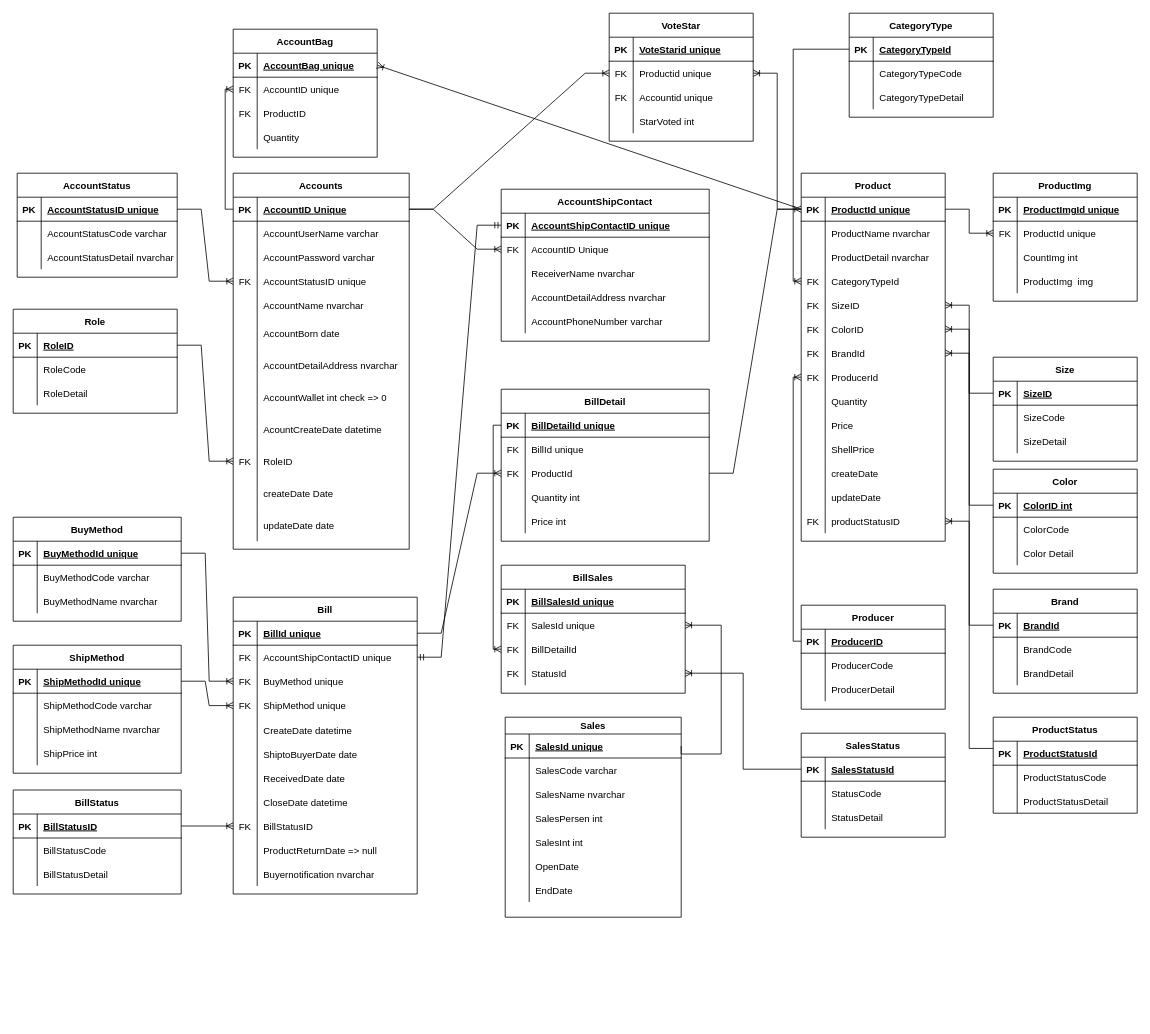
This is Không có tiêu đề.drawio from dj-xuyenchi/clothes-shop, a draw.io file, before an edit. Source tidied: cells renumbered, new cells numbered last; positions are measured from the earlier drawing's top-left corner, leaving out a move shared by most shapes. Both pictures are drawn from the tidied source at 80%, with x=0, y=0 at pixel (13, 13).
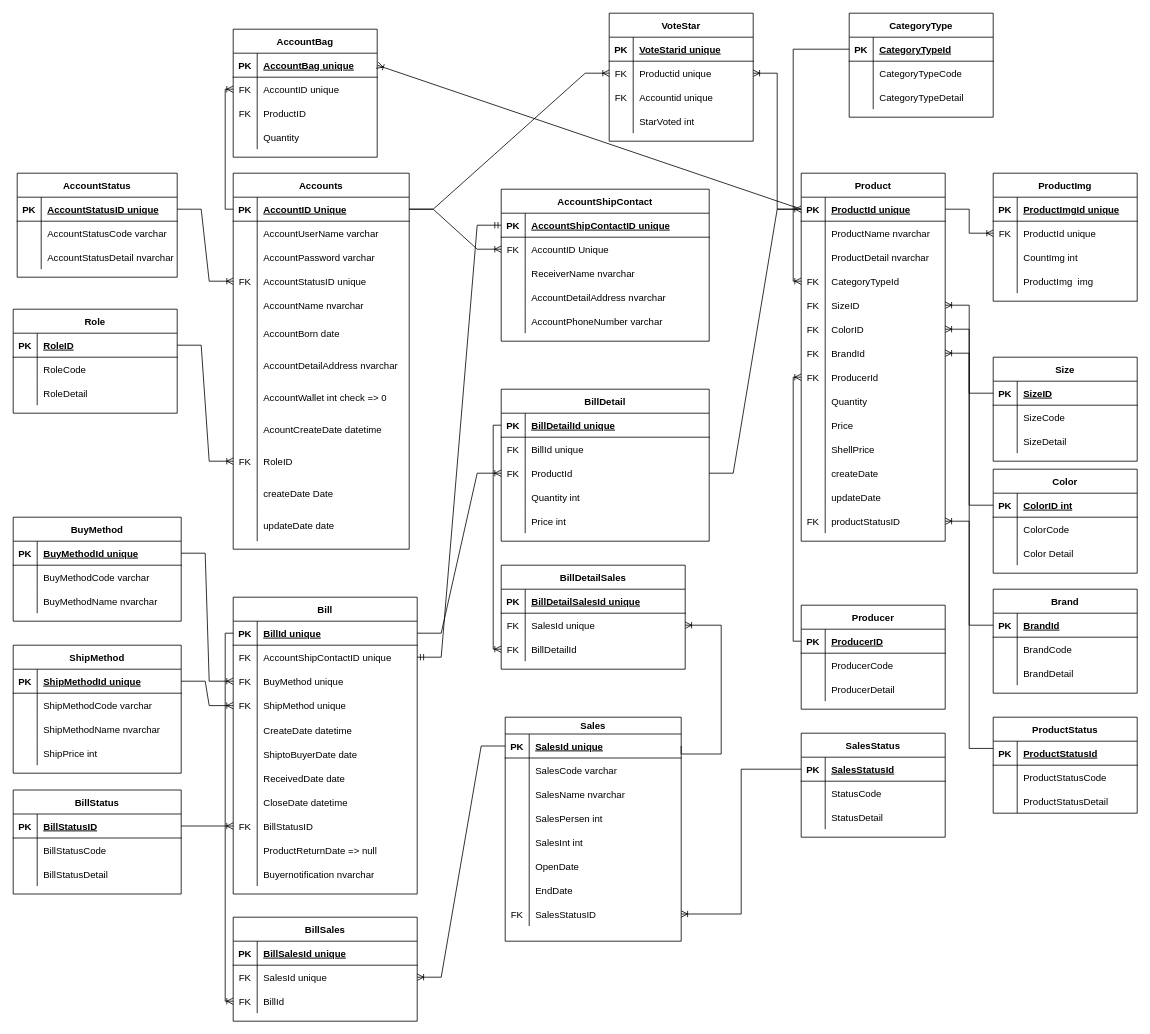
The same diagram, later.

The change refers to these unchanged cells:
```xml
<mxCell id="109" style="shape=tableRow;horizontal=0;startSize=0;swimlaneHead=0;swimlaneBody=0;fillColor=none;points=[[0,0.5],[1,0.5]];portConstraint=eastwest;top=0;left=0;right=0;bottom=1;" parent="108" vertex="1">
  <mxGeometry y="30" width="230" height="30" as="geometry" />
</mxCell>
<mxCell id="193" style="shape=tableRow;horizontal=0;startSize=0;swimlaneHead=0;swimlaneBody=0;fillColor=none;points=[[0,0.5],[1,0.5]];portConstraint=eastwest;top=0;left=0;right=0;bottom=1;" parent="192" vertex="1">
  <mxGeometry y="21" width="220" height="30" as="geometry" />
</mxCell>
<mxCell id="243" style="shape=tableRow;horizontal=0;startSize=0;swimlaneHead=0;swimlaneBody=0;fillColor=none;top=0;left=0;right=0;bottom=1;" parent="242" vertex="1">
  <mxGeometry y="30" width="230" height="30" as="geometry" />
</mxCell>
<mxCell id="328" style="shape=tableRow;horizontal=0;startSize=0;swimlaneHead=0;swimlaneBody=0;fillColor=none;points=[[0,0.5],[1,0.5]];portConstraint=eastwest;top=0;left=0;right=0;bottom=1;" parent="327" vertex="1">
  <mxGeometry y="30" width="180" height="30" as="geometry" />
</mxCell>
```

Change to the diagram source:
```diff
@@
     <mxCell id="192" value="Sales" style="shape=table;startSize=21;childLayout=tableLayout;rowLines=0;fontStyle=1;align=center;" parent="1" vertex="1">
-      <mxGeometry x="615" y="880" width="220" height="250" as="geometry" />
+      <mxGeometry x="615" y="880" width="220" height="280" as="geometry" />
     </mxCell>
@@
+    <mxCell id="368" style="shape=tableRow;horizontal=0;startSize=0;swimlaneHead=0;swimlaneBody=0;fillColor=none;points=[[0,0.5],[1,0.5]];portConstraint=eastwest;top=0;left=0;right=0;bottom=0;" parent="192" vertex="1">
+      <mxGeometry y="231" width="220" height="30" as="geometry" />
+    </mxCell>
+    <mxCell id="369" value="FK" style="shape=partialRectangle;fillColor=none;top=0;left=0;bottom=0;right=0;overflow=hidden;" parent="368" vertex="1">
+      <mxGeometry width="30" height="30" as="geometry" />
+    </mxCell>
+    <mxCell id="370" value="SalesStatusID" style="shape=partialRectangle;fillColor=none;top=0;left=0;bottom=0;right=0;align=left;spacingLeft=6;overflow=hidden;" parent="368" vertex="1">
+      <mxGeometry x="30" width="190" height="30" as="geometry" />
+    </mxCell>
@@
-    <mxCell id="242" value="BillSales" style="shape=table;startSize=30;childLayout=tableLayout;rowLines=0;fontStyle=1;align=center;" parent="1" vertex="1">
-      <mxGeometry x="610" y="690" width="230" height="160" as="geometry" />
+    <mxCell id="242" value="BillDetailSales" style="shape=table;startSize=30;childLayout=tableLayout;rowLines=0;fontStyle=1;align=center;" parent="1" vertex="1">
+      <mxGeometry x="610" y="690" width="230" height="130" as="geometry" />
     </mxCell>
@@
-    <mxCell id="245" value="BillSalesId unique" style="shape=partialRectangle;fillColor=none;top=0;left=0;bottom=0;right=0;align=left;spacingLeft=6;fontStyle=5;overflow=hidden;" parent="243" vertex="1">
+    <mxCell id="245" value="BillDetailSalesId unique" style="shape=partialRectangle;fillColor=none;top=0;left=0;bottom=0;right=0;align=left;spacingLeft=6;fontStyle=5;overflow=hidden;" parent="243" vertex="1">
       <mxGeometry x="30" width="200" height="30" as="geometry" />
     </mxCell>
@@
-    <mxCell id="252" style="shape=tableRow;horizontal=0;startSize=0;swimlaneHead=0;swimlaneBody=0;fillColor=none;points=[[0,0.5],[1,0.5]];portConstraint=eastwest;top=0;left=0;right=0;bottom=0;" parent="242" vertex="1">
-      <mxGeometry y="120" width="230" height="30" as="geometry" />
-    </mxCell>
-    <mxCell id="253" value="FK" style="shape=partialRectangle;fillColor=none;top=0;left=0;bottom=0;right=0;overflow=hidden;" parent="252" vertex="1">
-      <mxGeometry width="30" height="30" as="geometry" />
-    </mxCell>
-    <mxCell id="254" value="StatusId" style="shape=partialRectangle;fillColor=none;top=0;left=0;bottom=0;right=0;align=left;spacingLeft=6;overflow=hidden;" parent="252" vertex="1">
-      <mxGeometry x="30" width="200" height="30" as="geometry" />
-    </mxCell>
@@
-    <mxCell id="337" style="edgeStyle=orthogonalEdgeStyle;fontSize=12;html=1;endArrow=ERoneToMany;rounded=0;exitX=0;exitY=0.5;exitDx=0;exitDy=0;entryX=1;entryY=0.5;entryDx=0;entryDy=0;" parent="1" edge="1" source="328" target="252">
+    <mxCell id="337" style="edgeStyle=orthogonalEdgeStyle;fontSize=12;html=1;endArrow=ERoneToMany;rounded=0;exitX=0;exitY=0.5;exitDx=0;exitDy=0;entryX=1;entryY=0.5;entryDx=0;entryDy=0;" parent="1" edge="1" source="328" target="368">
       <mxGeometry relative="1" as="geometry" />
     </mxCell>
@@
+    <mxCell id="371" value="BillSales" style="shape=table;startSize=30;childLayout=tableLayout;rowLines=0;fontStyle=1;align=center;" parent="1" vertex="1">
+      <mxGeometry x="275" y="1130" width="230" height="130" as="geometry" />
+    </mxCell>
+    <mxCell id="372" style="shape=tableRow;horizontal=0;startSize=0;swimlaneHead=0;swimlaneBody=0;fillColor=none;top=0;left=0;right=0;bottom=1;" parent="371" vertex="1">
+      <mxGeometry y="30" width="230" height="30" as="geometry" />
+    </mxCell>
+    <mxCell id="373" value="PK" style="shape=partialRectangle;fillColor=none;top=0;left=0;bottom=0;right=0;fontStyle=1;overflow=hidden;" parent="372" vertex="1">
+      <mxGeometry width="30" height="30" as="geometry" />
+    </mxCell>
+    <mxCell id="374" value="BillSalesId unique" style="shape=partialRectangle;fillColor=none;top=0;left=0;bottom=0;right=0;align=left;spacingLeft=6;fontStyle=5;overflow=hidden;" parent="372" vertex="1">
+      <mxGeometry x="30" width="200" height="30" as="geometry" />
+    </mxCell>
+    <mxCell id="375" style="shape=tableRow;horizontal=0;startSize=0;swimlaneHead=0;swimlaneBody=0;fillColor=none;points=[[0,0.5],[1,0.5]];portConstraint=eastwest;top=0;left=0;right=0;bottom=0;" parent="371" vertex="1">
+      <mxGeometry y="60" width="230" height="30" as="geometry" />
+    </mxCell>
+    <mxCell id="376" value="FK" style="shape=partialRectangle;fillColor=none;top=0;left=0;bottom=0;right=0;overflow=hidden;" parent="375" vertex="1">
+      <mxGeometry width="30" height="30" as="geometry" />
+    </mxCell>
+    <mxCell id="377" value="SalesId unique" style="shape=partialRectangle;fillColor=none;top=0;left=0;bottom=0;right=0;align=left;spacingLeft=6;overflow=hidden;" parent="375" vertex="1">
+      <mxGeometry x="30" width="200" height="30" as="geometry" />
+    </mxCell>
+    <mxCell id="378" style="shape=tableRow;horizontal=0;startSize=0;swimlaneHead=0;swimlaneBody=0;fillColor=none;points=[[0,0.5],[1,0.5]];portConstraint=eastwest;top=0;left=0;right=0;bottom=0;" parent="371" vertex="1">
+      <mxGeometry y="90" width="230" height="30" as="geometry" />
+    </mxCell>
+    <mxCell id="379" value="FK" style="shape=partialRectangle;fillColor=none;top=0;left=0;bottom=0;right=0;overflow=hidden;" parent="378" vertex="1">
+      <mxGeometry width="30" height="30" as="geometry" />
+    </mxCell>
+    <mxCell id="380" value="BillId" style="shape=partialRectangle;fillColor=none;top=0;left=0;bottom=0;right=0;align=left;spacingLeft=6;overflow=hidden;" parent="378" vertex="1">
+      <mxGeometry x="30" width="200" height="30" as="geometry" />
+    </mxCell>
+    <mxCell id="381" style="edgeStyle=orthogonalEdgeStyle;fontSize=12;html=1;endArrow=ERoneToMany;rounded=0;exitX=0;exitY=0.5;exitDx=0;exitDy=0;entryX=0;entryY=0.5;entryDx=0;entryDy=0;" parent="1" edge="1" source="109" target="378">
+      <mxGeometry relative="1" as="geometry" />
+    </mxCell>
+    <mxCell id="382" style="edgeStyle=entityRelationEdgeStyle;fontSize=12;html=1;endArrow=ERoneToMany;rounded=0;exitX=0;exitY=0.5;exitDx=0;exitDy=0;entryX=1;entryY=0.5;entryDx=0;entryDy=0;" parent="1" edge="1" source="193" target="375">
+      <mxGeometry relative="1" as="geometry" />
+    </mxCell>
```
